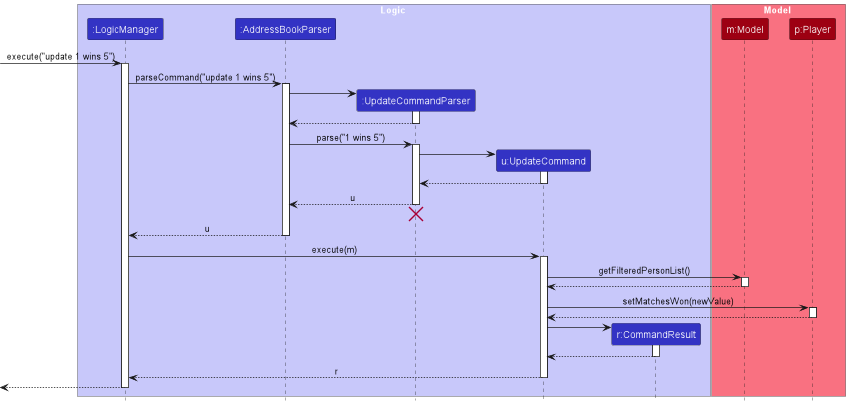
The PlantUML diagram docs/images/UpdateSequenceDiagram.png in AY2526S2-CS2103-F08-2/tp, before a commit.
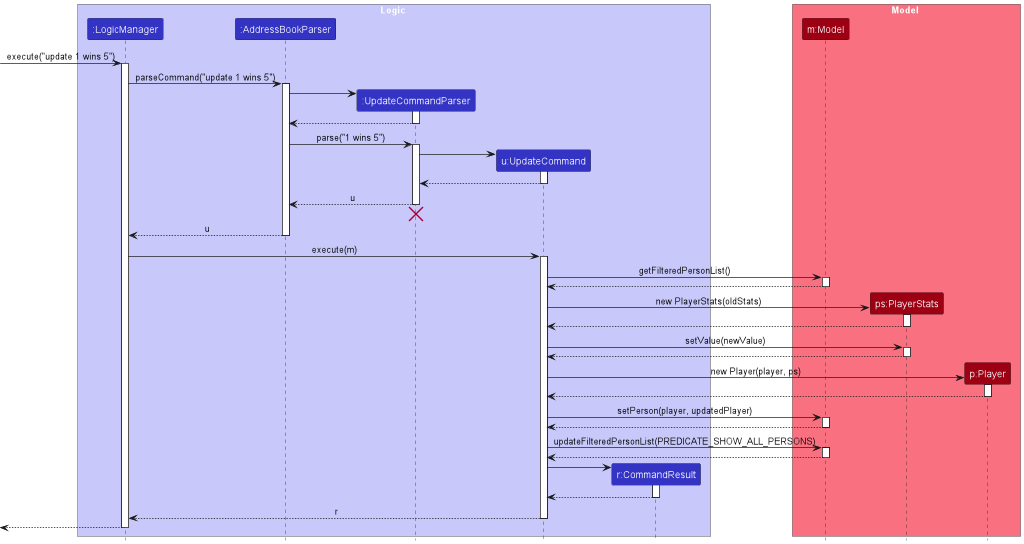
Above is the later version.

Commit message:
Update DG with more details on player stats

Diff of the diagram source:
```diff
@@ -12,6 +12,7 @@
 
 box Model MODEL_COLOR_T1
 participant "m:Model" as Model MODEL_COLOR
+participant "ps:PlayerStats" as PlayerStats MODEL_COLOR
 participant "p:Player" as Player MODEL_COLOR
 end box
 
@@ -54,10 +55,32 @@
 Model --> UpdateCommand
 deactivate Model
 
-UpdateCommand -> Player : setMatchesWon(newValue)
+create PlayerStats
+UpdateCommand -> PlayerStats : new PlayerStats(oldStats)
+activate PlayerStats
+PlayerStats --> UpdateCommand
+deactivate PlayerStats
+
+UpdateCommand -> PlayerStats : setValue(newValue)
+activate PlayerStats
+PlayerStats --> UpdateCommand
+deactivate PlayerStats
+
+create Player
+UpdateCommand -> Player : new Player(player, ps)
 activate Player
 Player --> UpdateCommand
 deactivate Player
+
+UpdateCommand -> Model : setPerson(player, updatedPlayer)
+activate Model
+Model --> UpdateCommand
+deactivate Model
+
+UpdateCommand -> Model : updateFilteredPersonList(PREDICATE_SHOW_ALL_PERSONS)
+activate Model
+Model --> UpdateCommand
+deactivate Model
 
 create CommandResult
 UpdateCommand -> CommandResult
```
